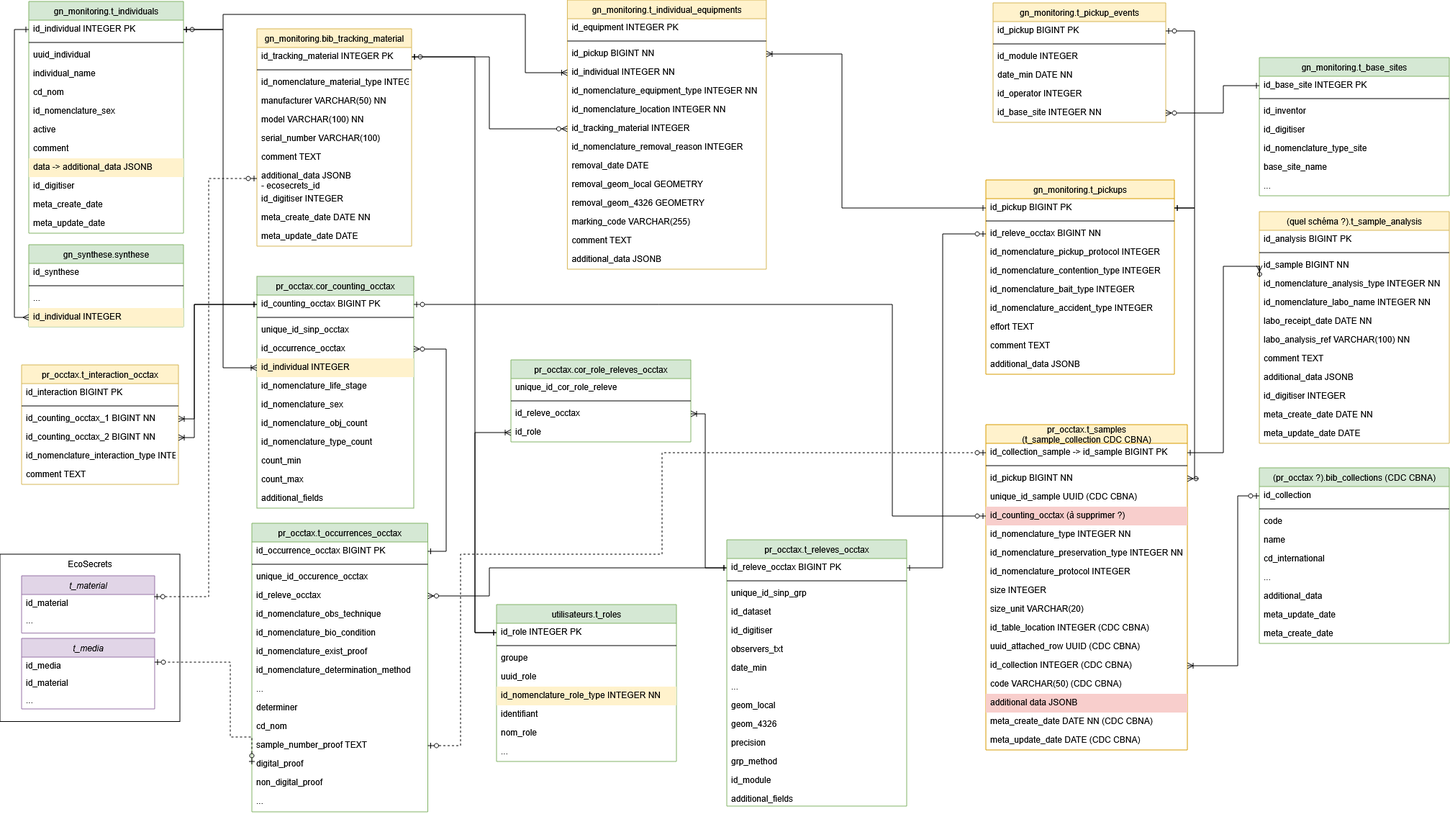
Above: cahier-des-charges/images/mcd.png in PnVanoise/gestion-individus (draw.io), before the change. Source tidied: cells renumbered, new cells last; positions are measured from the earlier drawing's top-left corner, leaving out a move shared by most shapes.
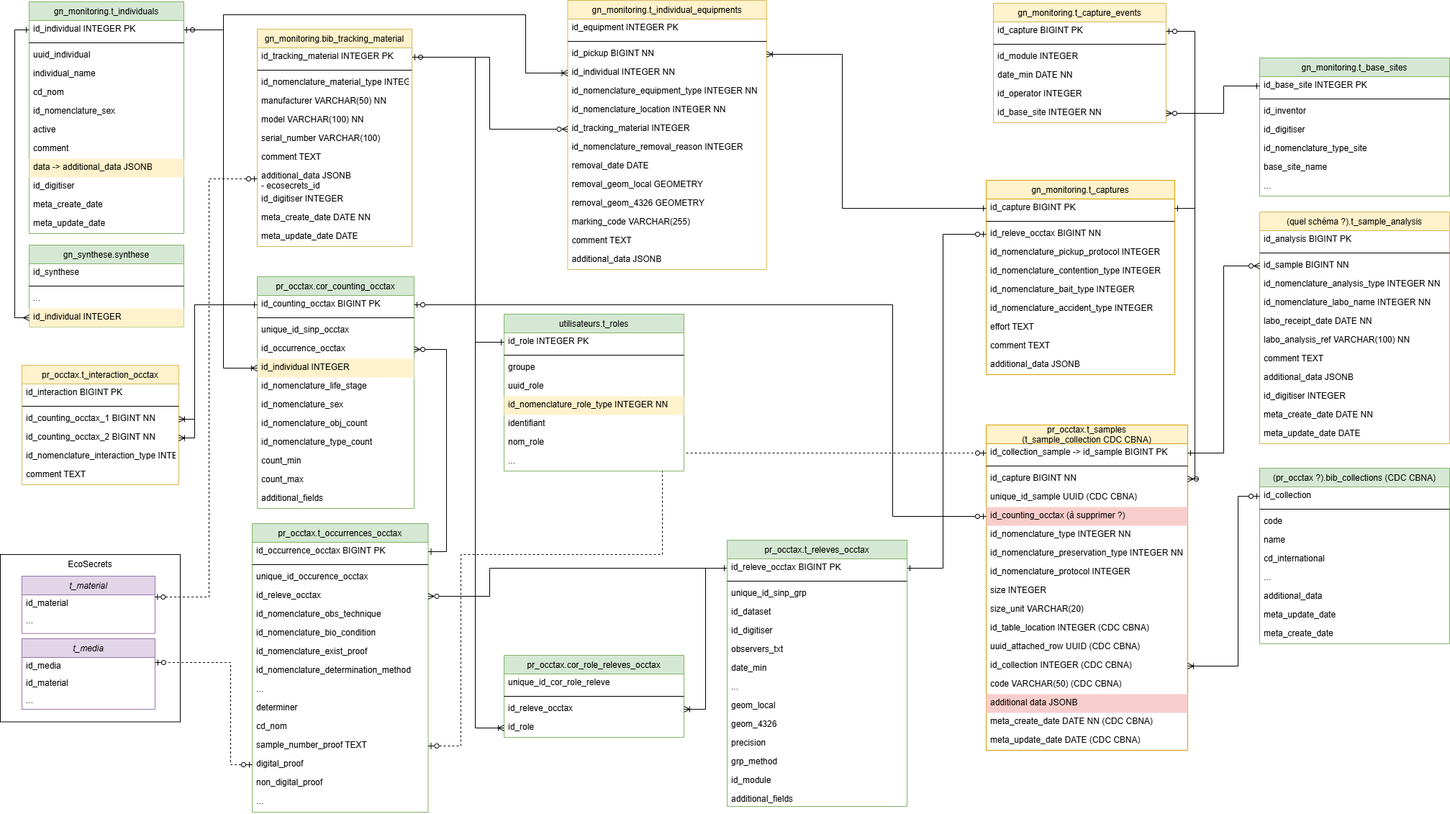
After the change.

Commit message:
doc: Ajout d'images et remplacement des captures d'écran

What changed in the source:
```diff
@@ -42,7 +42,7 @@
       <mxGeometry y="296" width="218" height="26" as="geometry" />
     </mxCell>
     <mxCell id="15" value="pr_occtax.cor_role_releves_occtax" style="swimlane;fontStyle=0;horizontal=1;startSize=26;fillColor=#d5e8d4;swimlaneFillColor=default;align=center;strokeColor=#82b366;" parent="1" vertex="1">
-      <mxGeometry x="710" y="500" width="250" height="114" as="geometry" />
+      <mxGeometry x="700" y="910" width="250" height="114" as="geometry" />
     </mxCell>
     <mxCell id="16" value="unique_id_cor_role_releve" style="shape=partialRectangle;top=0;left=0;right=0;bottom=0;align=left;verticalAlign=top;spacingTop=-2;fillColor=none;spacingLeft=4;spacingRight=4;overflow=hidden;fontStyle=0;" parent="15" vertex="1">
       <mxGeometry y="26" width="250" height="26" as="geometry" />
@@ -98,7 +98,7 @@
     <mxCell id="33" style="edgeStyle=orthogonalEdgeStyle;rounded=0;jettySize=auto;html=1;endArrow=ERone;endFill=0;startArrow=ERoneToMany;startFill=0;exitX=1;exitY=0.5;exitDx=0;exitDy=0;entryX=0;entryY=0.5;entryDx=0;entryDy=0;" parent="1" edge="1" source="18" target="158">
       <mxGeometry relative="1" as="geometry">
         <Array as="points">
-          <mxPoint x="980" y="575" />
+          <mxPoint x="980" y="985" />
           <mxPoint x="980" y="789" />
         </Array>
       </mxGeometry>
@@ -198,10 +198,10 @@
     <mxCell id="63" value="meta_update_date DATE" style="shape=partialRectangle;top=0;left=0;right=0;bottom=0;align=left;verticalAlign=top;spacingTop=-2;fillColor=none;spacingLeft=4;spacingRight=4;overflow=hidden;" parent="51" vertex="1">
       <mxGeometry y="296" width="264" height="26" as="geometry" />
     </mxCell>
-    <mxCell id="64" value="gn_monitoring.t_pickups" style="swimlane;fontStyle=0;horizontal=1;startSize=26;fillColor=#FFF2CC;swimlaneFillColor=default;align=center;strokeColor=#d79b00;" parent="1" vertex="1">
+    <mxCell id="64" value="gn_monitoring.t_captures" style="swimlane;fontStyle=0;horizontal=1;startSize=26;fillColor=#FFF2CC;swimlaneFillColor=default;align=center;strokeColor=#d79b00;" parent="1" vertex="1">
       <mxGeometry x="1370" y="250" width="262" height="270" as="geometry" />
     </mxCell>
-    <mxCell id="65" value="id_pickup BIGINT PK" style="shape=partialRectangle;top=0;left=0;right=0;bottom=0;align=left;verticalAlign=top;spacingTop=-2;fillColor=none;spacingLeft=4;spacingRight=4;overflow=hidden;points=[[0,0.5],[1,0.5]];portConstraint=eastwest;strokeColor=default;fontColor=light-dark(#000000, #da5876);fontStyle=0;textShadow=0;shadow=0;" parent="64" vertex="1">
+    <mxCell id="65" value="id_capture BIGINT PK" style="shape=partialRectangle;top=0;left=0;right=0;bottom=0;align=left;verticalAlign=top;spacingTop=-2;fillColor=none;spacingLeft=4;spacingRight=4;overflow=hidden;points=[[0,0.5],[1,0.5]];portConstraint=eastwest;strokeColor=default;fontColor=light-dark(#000000, #da5876);fontStyle=0;textShadow=0;shadow=0;" parent="64" vertex="1">
       <mxGeometry y="26" width="262" height="26" as="geometry" />
     </mxCell>
     <mxCell id="66" style="line;strokeWidth=1;html=1;" parent="64" vertex="1">
@@ -240,7 +240,7 @@
     <mxCell id="77" style="line;strokeWidth=1;html=1;" parent="75" vertex="1">
       <mxGeometry y="52" width="280" height="10" as="geometry" />
     </mxCell>
-    <mxCell id="78" value="id_pickup BIGINT NN" style="shape=partialRectangle;top=0;left=0;right=0;bottom=0;align=left;verticalAlign=top;spacingTop=-2;fillColor=none;spacingLeft=4;spacingRight=4;overflow=hidden;points=[[0,0.5],[1,0.5]];portConstraint=eastwest;strokeColor=#d6b656;fontStyle=0;textShadow=0;" parent="75" vertex="1">
+    <mxCell id="78" value="id_capture BIGINT NN" style="shape=partialRectangle;top=0;left=0;right=0;bottom=0;align=left;verticalAlign=top;spacingTop=-2;fillColor=none;spacingLeft=4;spacingRight=4;overflow=hidden;points=[[0,0.5],[1,0.5]];portConstraint=eastwest;strokeColor=#d6b656;fontStyle=0;textShadow=0;" parent="75" vertex="1">
       <mxGeometry y="62" width="280" height="26" as="geometry" />
     </mxCell>
     <mxCell id="79" value="unique_id_sample UUID (CDC CBNA)" style="shape=partialRectangle;top=0;left=0;right=0;bottom=0;align=left;verticalAlign=top;spacingTop=-2;fillColor=none;spacingLeft=4;spacingRight=4;overflow=hidden;strokeColor=#d6b656;fontStyle=0;textShadow=0;" parent="75" vertex="1">
@@ -375,7 +375,7 @@
     <mxCell id="113" style="edgeStyle=orthogonalEdgeStyle;rounded=0;jettySize=auto;html=1;exitX=0;exitY=0.5;exitDx=0;exitDy=0;startArrow=ERzeroToMany;startFill=0;endArrow=ERone;endFill=0;entryX=1;entryY=0.5;entryDx=0;entryDy=0;" parent="1" edge="1" source="54" target="76">
       <mxGeometry relative="1" as="geometry">
         <Array as="points">
-          <mxPoint x="1700" y="370" />
+          <mxPoint x="1700" y="369" />
           <mxPoint x="1700" y="629" />
         </Array>
       </mxGeometry>
@@ -418,7 +418,7 @@
     <mxCell id="124" style="edgeStyle=orthogonalEdgeStyle;rounded=0;jettySize=auto;html=1;dashed=1;endArrow=ERzeroToOne;endFill=0;startArrow=ERzeroToOne;startFill=0;exitX=0;exitY=0.5;exitDx=0;exitDy=0;" parent="1" edge="1" source="47" target="118">
       <mxGeometry relative="1" as="geometry">
         <Array as="points">
-          <mxPoint x="320" y="1024" />
+          <mxPoint x="320" y="1062" />
           <mxPoint x="320" y="920" />
         </Array>
       </mxGeometry>
@@ -427,7 +427,7 @@
       <mxGeometry relative="1" as="geometry">
         <Array as="points">
           <mxPoint x="660" y="79" />
-          <mxPoint x="660" y="879" />
+          <mxPoint x="660" y="475" />
         </Array>
       </mxGeometry>
     </mxCell>
@@ -439,10 +439,10 @@
         </Array>
       </mxGeometry>
     </mxCell>
-    <mxCell id="127" value="gn_monitoring.t_pickup_events" style="swimlane;fontStyle=0;horizontal=1;startSize=26;fillColor=#fff2cc;swimlaneFillColor=default;align=center;strokeColor=#d6b656;" parent="1" vertex="1">
+    <mxCell id="127" value="gn_monitoring.t_capture_events" style="swimlane;fontStyle=0;horizontal=1;startSize=26;fillColor=#fff2cc;swimlaneFillColor=default;align=center;strokeColor=#d6b656;" parent="1" vertex="1">
       <mxGeometry x="1380" y="4" width="240" height="166" as="geometry" />
     </mxCell>
-    <mxCell id="128" value="id_pickup BIGINT PK" style="shape=partialRectangle;top=0;left=0;right=0;bottom=0;align=left;verticalAlign=top;spacingTop=-2;fillColor=none;spacingLeft=4;spacingRight=4;overflow=hidden;points=[[0,0.5],[1,0.5]];portConstraint=eastwest;fontStyle=0;textShadow=0;" parent="127" vertex="1">
+    <mxCell id="128" value="id_capture BIGINT PK" style="shape=partialRectangle;top=0;left=0;right=0;bottom=0;align=left;verticalAlign=top;spacingTop=-2;fillColor=none;spacingLeft=4;spacingRight=4;overflow=hidden;points=[[0,0.5],[1,0.5]];portConstraint=eastwest;fontStyle=0;textShadow=0;" parent="127" vertex="1">
       <mxGeometry y="26" width="240" height="26" as="geometry" />
     </mxCell>
     <mxCell id="129" style="line;strokeWidth=1;html=1;" parent="127" vertex="1">
@@ -683,7 +683,7 @@
       </mxGeometry>
     </mxCell>
     <mxCell id="194" value="utilisateurs.t_roles" style="swimlane;fontStyle=0;horizontal=1;startSize=26;fillColor=#d5e8d4;swimlaneFillColor=default;align=center;strokeColor=#82b366;" parent="1" vertex="1">
-      <mxGeometry x="690" y="840" width="250" height="218" as="geometry" />
+      <mxGeometry x="700" y="436" width="250" height="218" as="geometry" />
     </mxCell>
     <mxCell id="195" value="id_role INTEGER PK" style="shape=partialRectangle;top=0;left=0;right=0;bottom=0;align=left;verticalAlign=top;spacingTop=-2;fillColor=none;spacingLeft=4;spacingRight=4;overflow=hidden;points=[[0,0.5],[1,0.5]];portConstraint=eastwest;fontStyle=0;" parent="194" vertex="1">
       <mxGeometry y="26" width="250" height="26" as="geometry" />
@@ -712,8 +712,8 @@
     <mxCell id="203" style="edgeStyle=orthogonalEdgeStyle;rounded=0;jettySize=auto;html=1;exitX=0;exitY=0.5;exitDx=0;exitDy=0;endArrow=ERone;endFill=0;startArrow=ERoneToMany;startFill=0;entryX=0;entryY=0.5;entryDx=0;entryDy=0;" parent="1" edge="1" source="19" target="195">
       <mxGeometry relative="1" as="geometry">
         <Array as="points">
-          <mxPoint x="660" y="601" />
-          <mxPoint x="660" y="879" />
+          <mxPoint x="660" y="1011" />
+          <mxPoint x="660" y="475" />
         </Array>
       </mxGeometry>
     </mxCell>
```
